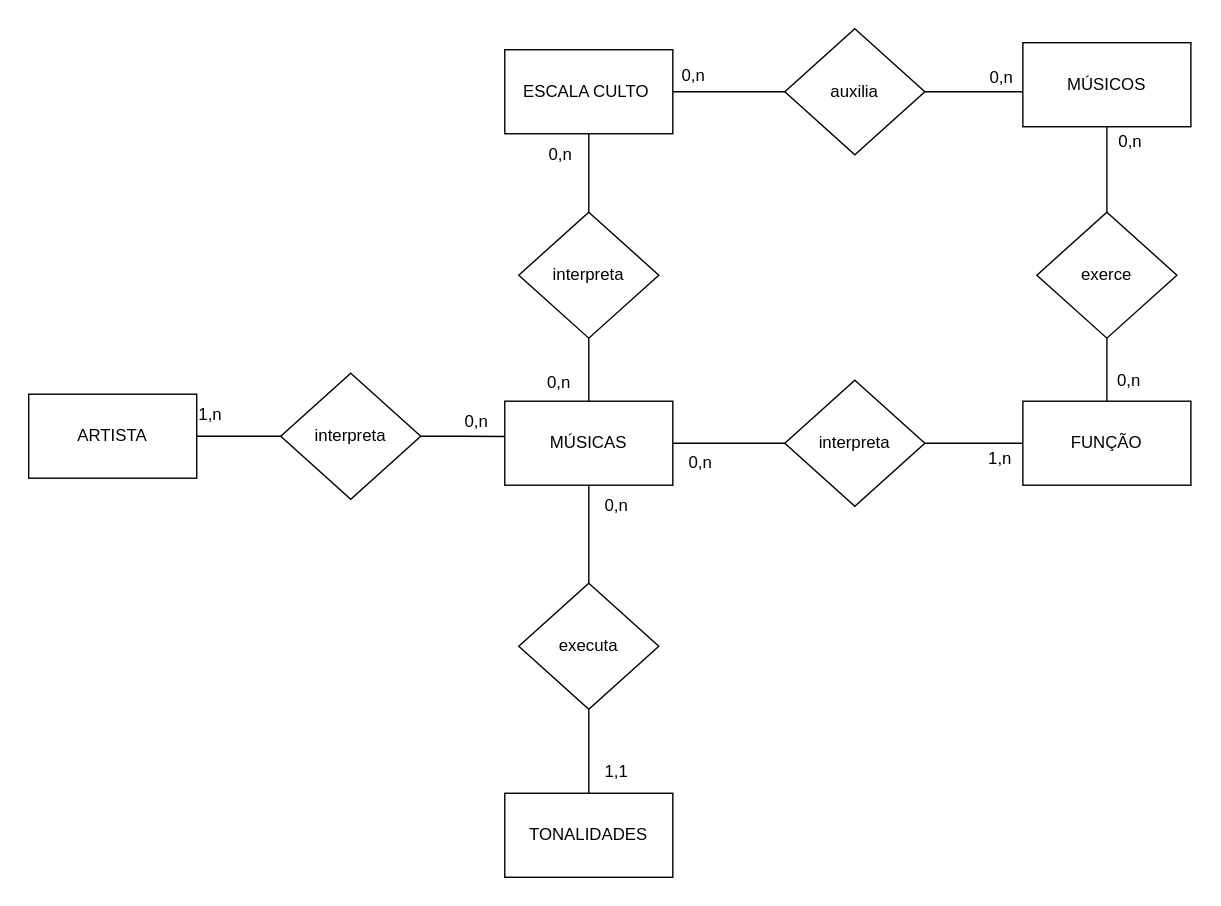
Above: doc/modelo_entidade_relacionamento.drawio.svg in gabriel-txt/EscalaCanto (draw.io), before the change. Source tidied: cells renumbered, new cells last; positions are measured from the earlier drawing's top-left corner, leaving out a move shared by most shapes.
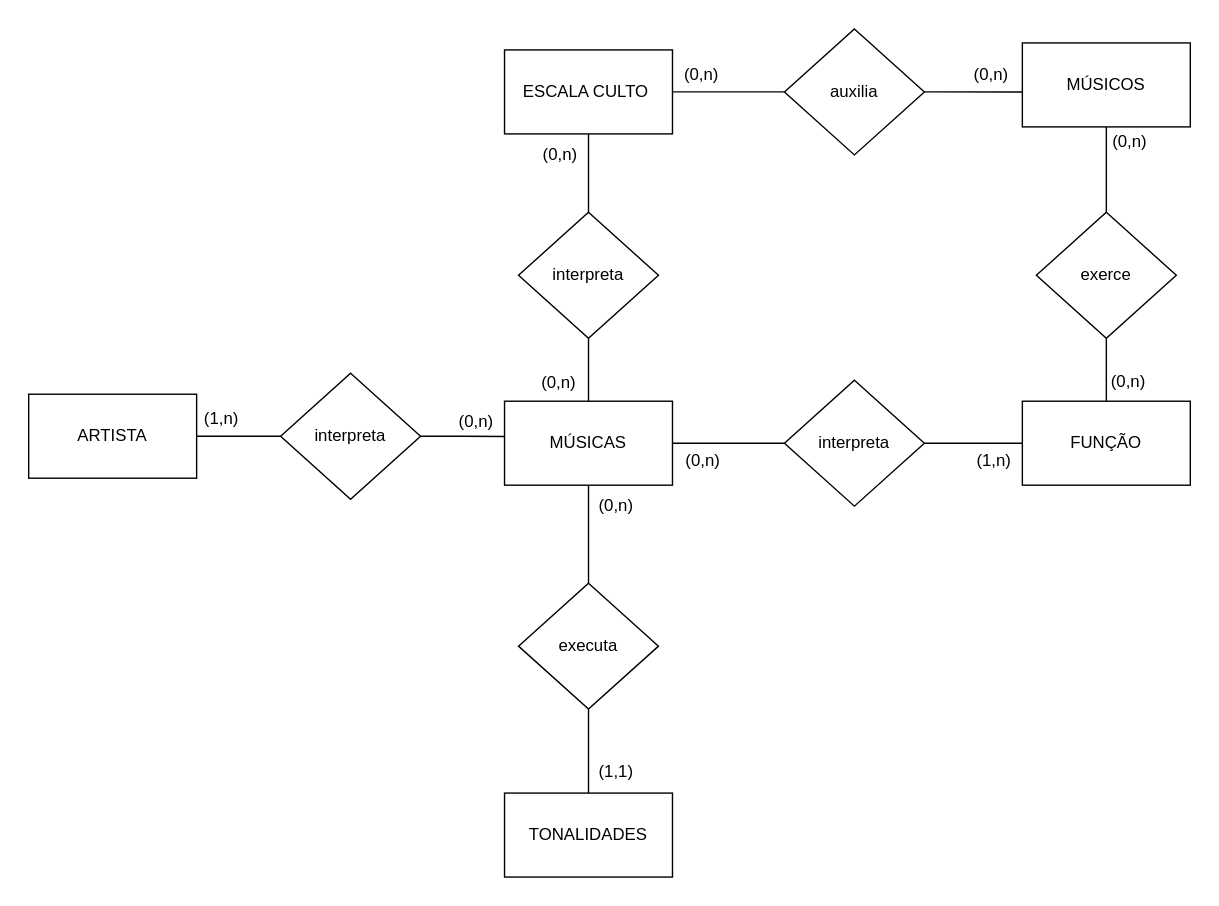
After the change.

Diff of the diagram source:
```diff
@@ -39,7 +39,7 @@
     <mxCell id="12" style="edgeStyle=orthogonalEdgeStyle;rounded=0;jettySize=auto;html=1;exitX=0.5;exitY=1;exitDx=0;exitDy=0;endArrow=none;startFill=0;entryX=0.5;entryY=0;entryDx=0;entryDy=0;" parent="1" edge="1" source="11" target="8">
       <mxGeometry relative="1" as="geometry" />
     </mxCell>
-    <mxCell id="13" value="1,1" style="text;html=1;align=center;verticalAlign=middle;whiteSpace=wrap;rounded=0;" parent="1" vertex="1">
+    <mxCell id="13" value="(1,1)" style="text;html=1;align=center;verticalAlign=middle;whiteSpace=wrap;rounded=0;" parent="1" vertex="1">
       <mxGeometry x="390" y="516" width="60" height="30" as="geometry" />
     </mxCell>
     <mxCell id="14" value="interpreta" style="rhombus;whiteSpace=wrap;html=1;" parent="1" vertex="1">
@@ -48,8 +48,8 @@
     <mxCell id="15" style="edgeStyle=orthogonalEdgeStyle;rounded=0;jettySize=auto;html=1;exitX=1;exitY=0.5;exitDx=0;exitDy=0;endArrow=none;startFill=0;entryX=0;entryY=0.5;entryDx=0;entryDy=0;" parent="1" edge="1" source="4" target="14">
       <mxGeometry relative="1" as="geometry" />
     </mxCell>
-    <mxCell id="16" value="1,n" style="text;html=1;align=center;verticalAlign=middle;whiteSpace=wrap;rounded=0;" parent="1" vertex="1">
-      <mxGeometry x="100" y="261" width="60" height="30" as="geometry" />
+    <mxCell id="16" value="(1,n)" style="text;html=1;align=center;verticalAlign=middle;whiteSpace=wrap;rounded=0;" parent="1" vertex="1">
+      <mxGeometry x="108" y="264" width="60" height="30" as="geometry" />
     </mxCell>
     <mxCell id="17" style="group;" parent="1" vertex="1">
       <mxGeometry x="290" y="266" width="60" height="30" as="geometry" />
@@ -57,7 +57,7 @@
     <mxCell id="18" style="rounded=0;jettySize=auto;html=1;exitX=1;exitY=0.5;exitDx=0;exitDy=0;endArrow=none;startFill=0;entryX=-0.003;entryY=0.42;entryDx=0;entryDy=0;entryPerimeter=0;edgeStyle=orthogonalEdgeStyle;" parent="17" edge="1" source="14" target="2">
       <mxGeometry relative="1" as="geometry" />
     </mxCell>
-    <mxCell id="19" value="0,n" style="text;html=1;align=center;verticalAlign=middle;whiteSpace=wrap;rounded=0;" parent="17" vertex="1">
+    <mxCell id="19" value="(0,n)" style="text;html=1;align=center;verticalAlign=middle;whiteSpace=wrap;rounded=0;" parent="17" vertex="1">
       <mxGeometry width="60" height="30" as="geometry" />
     </mxCell>
     <mxCell id="20" style="group;" parent="1" vertex="1">
@@ -66,7 +66,7 @@
     <mxCell id="21" style="edgeStyle=orthogonalEdgeStyle;rounded=0;jettySize=auto;html=1;exitX=0.5;exitY=1;exitDx=0;exitDy=0;endArrow=none;startFill=0;entryX=0.5;entryY=0;entryDx=0;entryDy=0;" parent="20" edge="1" source="2" target="11">
       <mxGeometry relative="1" as="geometry" />
     </mxCell>
-    <mxCell id="22" value="0,n" style="text;html=1;align=center;verticalAlign=middle;whiteSpace=wrap;rounded=0;" parent="20" vertex="1">
+    <mxCell id="22" value="(0,n)" style="text;html=1;align=center;verticalAlign=middle;whiteSpace=wrap;rounded=0;" parent="20" vertex="1">
       <mxGeometry width="60" height="30" as="geometry" />
     </mxCell>
     <mxCell id="23" value="interpreta" style="rhombus;whiteSpace=wrap;html=1;" parent="1" vertex="1">
@@ -78,11 +78,11 @@
     <mxCell id="25" style="edgeStyle=orthogonalEdgeStyle;rounded=0;jettySize=auto;html=1;endArrow=none;startFill=0;entryX=1;entryY=0.5;entryDx=0;entryDy=0;exitX=0;exitY=0.5;exitDx=0;exitDy=0;" parent="1" edge="1" source="5" target="23">
       <mxGeometry relative="1" as="geometry" />
     </mxCell>
-    <mxCell id="26" value="0,n" style="text;html=1;align=center;verticalAlign=middle;whiteSpace=wrap;rounded=0;" parent="1" vertex="1">
-      <mxGeometry x="450" y="295" width="60" height="30" as="geometry" />
+    <mxCell id="26" value="(0,n)" style="text;html=1;align=center;verticalAlign=middle;whiteSpace=wrap;rounded=0;" parent="1" vertex="1">
+      <mxGeometry x="452" y="294" width="60" height="30" as="geometry" />
     </mxCell>
-    <mxCell id="27" value="1,n" style="text;html=1;align=center;verticalAlign=middle;whiteSpace=wrap;rounded=0;" parent="1" vertex="1">
-      <mxGeometry x="664" y="292" width="60" height="30" as="geometry" />
+    <mxCell id="27" value="(1,n)" style="text;html=1;align=center;verticalAlign=middle;whiteSpace=wrap;rounded=0;" parent="1" vertex="1">
+      <mxGeometry x="660" y="294" width="60" height="30" as="geometry" />
     </mxCell>
     <mxCell id="28" value="interpreta" style="rhombus;whiteSpace=wrap;html=1;" parent="1" vertex="1">
       <mxGeometry x="350" y="131" width="100" height="90" as="geometry" />
@@ -102,13 +102,13 @@
     <mxCell id="33" value="exerce" style="rhombus;whiteSpace=wrap;html=1;" parent="32" vertex="1">
       <mxGeometry width="100" height="90" as="geometry" />
     </mxCell>
-    <mxCell id="34" value="0,n" style="text;html=1;align=center;verticalAlign=middle;whiteSpace=wrap;rounded=0;" parent="1" vertex="1">
-      <mxGeometry x="665" y="20" width="60" height="30" as="geometry" />
+    <mxCell id="34" value="(0,n)" style="text;html=1;align=center;verticalAlign=middle;whiteSpace=wrap;rounded=0;" parent="1" vertex="1">
+      <mxGeometry x="658" y="18" width="60" height="30" as="geometry" />
     </mxCell>
     <mxCell id="35" value="MÚSICOS" style="rounded=0;whiteSpace=wrap;html=1;" parent="1" vertex="1">
       <mxGeometry x="710" y="10" width="120" height="60" as="geometry" />
     </mxCell>
-    <mxCell id="36" value="0,n" style="text;html=1;align=center;verticalAlign=middle;whiteSpace=wrap;rounded=0;" parent="1" vertex="1">
+    <mxCell id="36" value="(0,n)" style="text;html=1;align=center;verticalAlign=middle;whiteSpace=wrap;rounded=0;" parent="1" vertex="1">
       <mxGeometry x="757" y="66" width="60" height="30" as="geometry" />
     </mxCell>
     <mxCell id="37" style="group;" parent="1" vertex="1">
@@ -117,16 +117,16 @@
     <mxCell id="38" value="ESCALA CULTO&amp;nbsp;" style="rounded=0;whiteSpace=wrap;html=1;" parent="37" vertex="1">
       <mxGeometry y="5" width="120" height="60" as="geometry" />
     </mxCell>
-    <mxCell id="39" value="0,n" style="text;html=1;align=center;verticalAlign=middle;whiteSpace=wrap;rounded=0;" parent="37" vertex="1">
-      <mxGeometry x="105" y="9" width="60" height="30" as="geometry" />
+    <mxCell id="39" value="(0,n)" style="text;html=1;align=center;verticalAlign=middle;whiteSpace=wrap;rounded=0;" parent="37" vertex="1">
+      <mxGeometry x="111" y="8" width="60" height="30" as="geometry" />
     </mxCell>
-    <mxCell id="40" value="0,n" style="text;html=1;align=center;verticalAlign=middle;whiteSpace=wrap;rounded=0;" parent="1" vertex="1">
+    <mxCell id="40" value="(0,n)" style="text;html=1;align=center;verticalAlign=middle;whiteSpace=wrap;rounded=0;" parent="1" vertex="1">
       <mxGeometry x="350" y="75" width="60" height="30" as="geometry" />
     </mxCell>
-    <mxCell id="41" value="0,n" style="text;html=1;align=center;verticalAlign=middle;whiteSpace=wrap;rounded=0;" parent="1" vertex="1">
+    <mxCell id="41" value="(0,n)" style="text;html=1;align=center;verticalAlign=middle;whiteSpace=wrap;rounded=0;" parent="1" vertex="1">
       <mxGeometry x="349" y="238" width="60" height="30" as="geometry" />
     </mxCell>
-    <mxCell id="42" value="0,n" style="text;html=1;align=center;verticalAlign=middle;whiteSpace=wrap;rounded=0;" parent="1" vertex="1">
+    <mxCell id="42" value="(0,n)" style="text;html=1;align=center;verticalAlign=middle;whiteSpace=wrap;rounded=0;" parent="1" vertex="1">
       <mxGeometry x="756" y="236.5" width="60" height="30" as="geometry" />
     </mxCell>
   </root>
```
